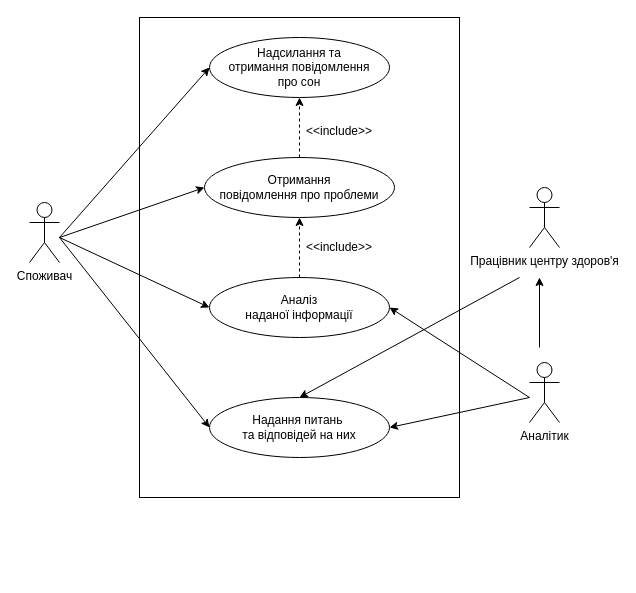
This is 1-SofwareRequirements/1.3-SoftwareUserRequirements/1.3.3-UseCaseDiagram/UseCaseDiagram.drawio from oleksandrblazhko/ai-215-lisishin, a draw.io file, before an edit. Source tidied: cells renumbered, new cells numbered last; positions are measured from the earlier drawing's top-left corner, leaving out a move shared by most shapes. Both pictures are drawn from the tidied source at 100%, with x=0, y=0 at pixel (29, 17).
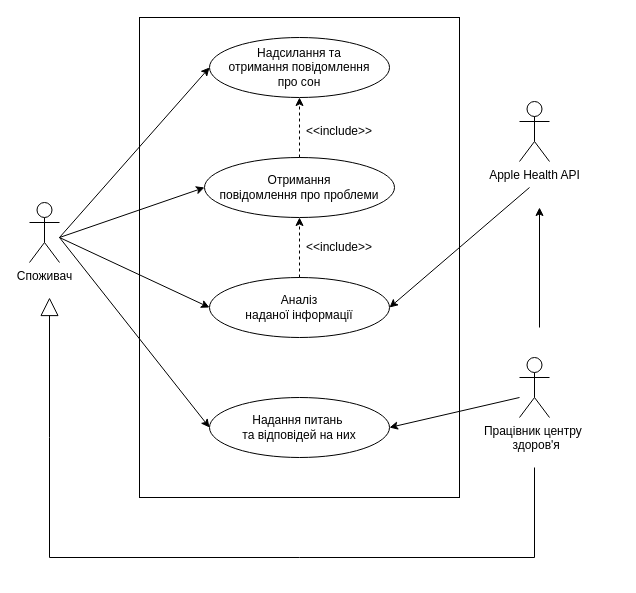
The same page after the edit.

Unchanged cells that the change refers to:
```xml
<mxCell id="4" value="Аналіз&lt;br&gt;наданої інформації" style="ellipse;whiteSpace=wrap;html=1;" parent="1" vertex="1">
  <mxGeometry x="180" y="260" width="180" height="60" as="geometry" />
</mxCell>
<mxCell id="6" value="&lt;div&gt;Надання питань&amp;nbsp;&lt;/div&gt;&lt;div&gt;та відповідей на них&lt;/div&gt;" style="ellipse;whiteSpace=wrap;html=1;" parent="1" vertex="1">
  <mxGeometry x="180" y="380" width="180" height="60" as="geometry" />
</mxCell>
```

The edit, as a diff of the source:
```diff
@@
-    <mxCell id="8" value="&lt;div&gt;Аналітик&lt;/div&gt;" style="shape=umlActor;verticalLabelPosition=bottom;verticalAlign=top;html=1;" parent="1" vertex="1">
-      <mxGeometry x="500" y="345" width="30" height="60" as="geometry" />
+    <mxCell id="8" value="&lt;div&gt;Apple Health API&lt;/div&gt;" style="shape=umlActor;verticalLabelPosition=bottom;verticalAlign=top;html=1;" parent="1" vertex="1">
+      <mxGeometry x="490" y="84" width="30" height="60" as="geometry" />
     </mxCell>
@@
     <mxCell id="10" style="endArrow=classic;html=1;rounded=0;entryX=1;entryY=0.5;entryDx=0;entryDy=0;" parent="1" edge="1" target="4">
       <mxGeometry relative="1" as="geometry">
-        <mxPoint x="500" y="380" as="sourcePoint" />
+        <mxPoint x="500" y="170" as="sourcePoint" />
       </mxGeometry>
     </mxCell>
@@
-    <mxCell id="18" value="Працівник центру здоров'я" style="shape=umlActor;verticalLabelPosition=bottom;verticalAlign=top;html=1;" parent="1" vertex="1">
-      <mxGeometry x="500" y="170" width="30" height="60" as="geometry" />
+    <mxCell id="18" value="&lt;div&gt;Працівник центру&amp;nbsp;&lt;/div&gt;&lt;div&gt;&amp;nbsp;здоров'я&lt;/div&gt;" style="shape=umlActor;verticalLabelPosition=bottom;verticalAlign=top;html=1;" parent="1" vertex="1">
+      <mxGeometry x="490" y="340" width="30" height="60" as="geometry" />
     </mxCell>
-    <mxCell id="19" style="endArrow=classic;html=1;rounded=0;entryX=1;entryY=0.5;entryDx=0;entryDy=0;" parent="1" edge="1" target="6">
-      <mxGeometry relative="1" as="geometry">
-        <mxPoint x="500" y="380" as="sourcePoint" />
-      </mxGeometry>
-    </mxCell>
     <mxCell id="20" style="endArrow=classic;html=1;rounded=0;" parent="1" edge="1">
       <mxGeometry relative="1" as="geometry">
-        <mxPoint x="510" y="330" as="sourcePoint" />
-        <mxPoint x="510" y="260" as="targetPoint" />
+        <mxPoint x="510" y="310" as="sourcePoint" />
+        <mxPoint x="510" y="190" as="targetPoint" />
       </mxGeometry>
     </mxCell>
-    <mxCell id="21" style="endArrow=classic;html=1;rounded=0;entryX=0.5;entryY=0;entryDx=0;entryDy=0;" parent="1" edge="1" target="6">
+    <mxCell id="21" style="endArrow=classic;html=1;rounded=0;entryX=1;entryY=0.5;entryDx=0;entryDy=0;" parent="1" edge="1" target="6">
       <mxGeometry relative="1" as="geometry">
-        <mxPoint x="490" y="260" as="sourcePoint" />
+        <mxPoint x="490" y="380" as="sourcePoint" />
       </mxGeometry>
     </mxCell>
+    <mxCell id="22" style="endArrow=block;endSize=16;endFill=0;html=1;rounded=0;" parent="1" edge="1">
+      <mxGeometry x="-0.05" relative="1" as="geometry">
+        <mxPoint x="505" y="450" as="sourcePoint" />
+        <mxPoint x="20" y="280" as="targetPoint" />
+        <Array as="points">
+          <mxPoint x="505" y="540" />
+          <mxPoint x="270" y="540" />
+          <mxPoint x="20" y="540" />
+          <mxPoint x="20" y="420" />
+        </Array>
+      </mxGeometry>
+    </mxCell>
```
